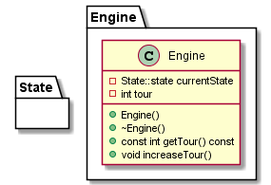
Earlier version of the PlantUML export rapport/engine.png (Cylnevela/pokeciv). Source of this version:
```plantuml
@startuml

package State {
}

package Engine {

	class Engine {
		- State::state currentState
		- int tour

		+ Engine()
		+ ~Engine()
		+ const int getTour() const
		+ void increaseTour()
	}

}

@enduml
```
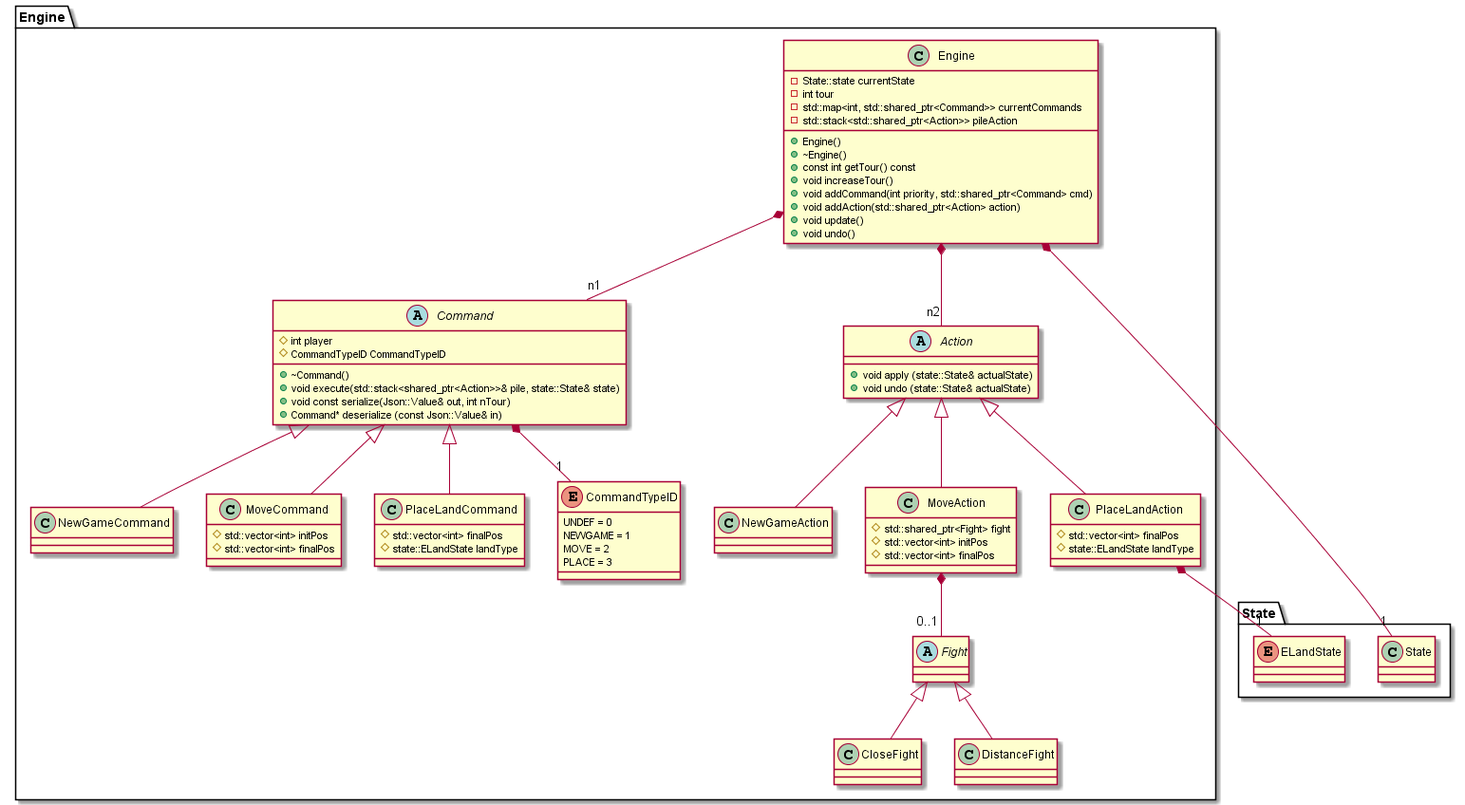
After the commit.

What changed in the source:
```diff
@@ -1,6 +1,8 @@
 @startuml
 
 package State {
+	class State
+	enum ELandState
 }
 
 package Engine {
@@ -8,12 +10,86 @@
 	class Engine {
 		- State::state currentState
 		- int tour
+		- std::map<int, std::shared_ptr<Command>> currentCommands
+		- std::stack<std::shared_ptr<Action>> pileAction
 
 		+ Engine()
 		+ ~Engine()
 		+ const int getTour() const
 		+ void increaseTour()
+		+ void addCommand(int priority, std::shared_ptr<Command> cmd)
+		+ void addAction(std::shared_ptr<Action> action)
+		+ void update()
+		+ void undo()
 	}
+
+	abstract class Command {
+		# int player
+		# CommandTypeID CommandTypeID
+
+		+ ~Command()
+		+ void execute(std::stack<shared_ptr<Action>>& pile, state::State& state)
+		+ void const serialize(Json::Value& out, int nTour)
+		+ Command* deserialize (const Json::Value& in)
+	}
+
+	class NewGameCommand extends Command {
+	}
+
+	class MoveCommand extends Command {
+		# std::vector<int> initPos
+		# std::vector<int> finalPos
+	}
+
+	class PlaceLandCommand extends Command {
+		# std::vector<int> finalPos
+		# state::ELandState landType
+	}
+
+	enum CommandTypeID {
+		UNDEF = 0
+		NEWGAME = 1
+		MOVE = 2
+		PLACE = 3
+	}
+
+	abstract class Action {
+		+ void apply (state::State& actualState)
+		+ void undo (state::State& actualState)
+	}
+
+	class NewGameAction extends Action {
+	}
+
+	class MoveAction extends Action {
+		# std::shared_ptr<Fight> fight
+		# std::vector<int> initPos
+		# std::vector<int> finalPos
+	}
+
+	class PlaceLandAction extends Action {
+		# std::vector<int> finalPos
+		# state::ELandState landType
+	}
+
+	abstract class Fight {
+
+	}
+
+	class CloseFight extends Fight {
+
+	}
+
+	class DistanceFight extends Fight {
+
+	}
+
+	Engine *-- "n1" Command
+	Engine *-- "n2" Action
+	Command *-- "1" CommandTypeID
+	MoveAction *-- "0..1" Fight
+	PlaceLandAction *-- "1" ELandState
+	Engine *-- "1" State
 
 }
 
```
